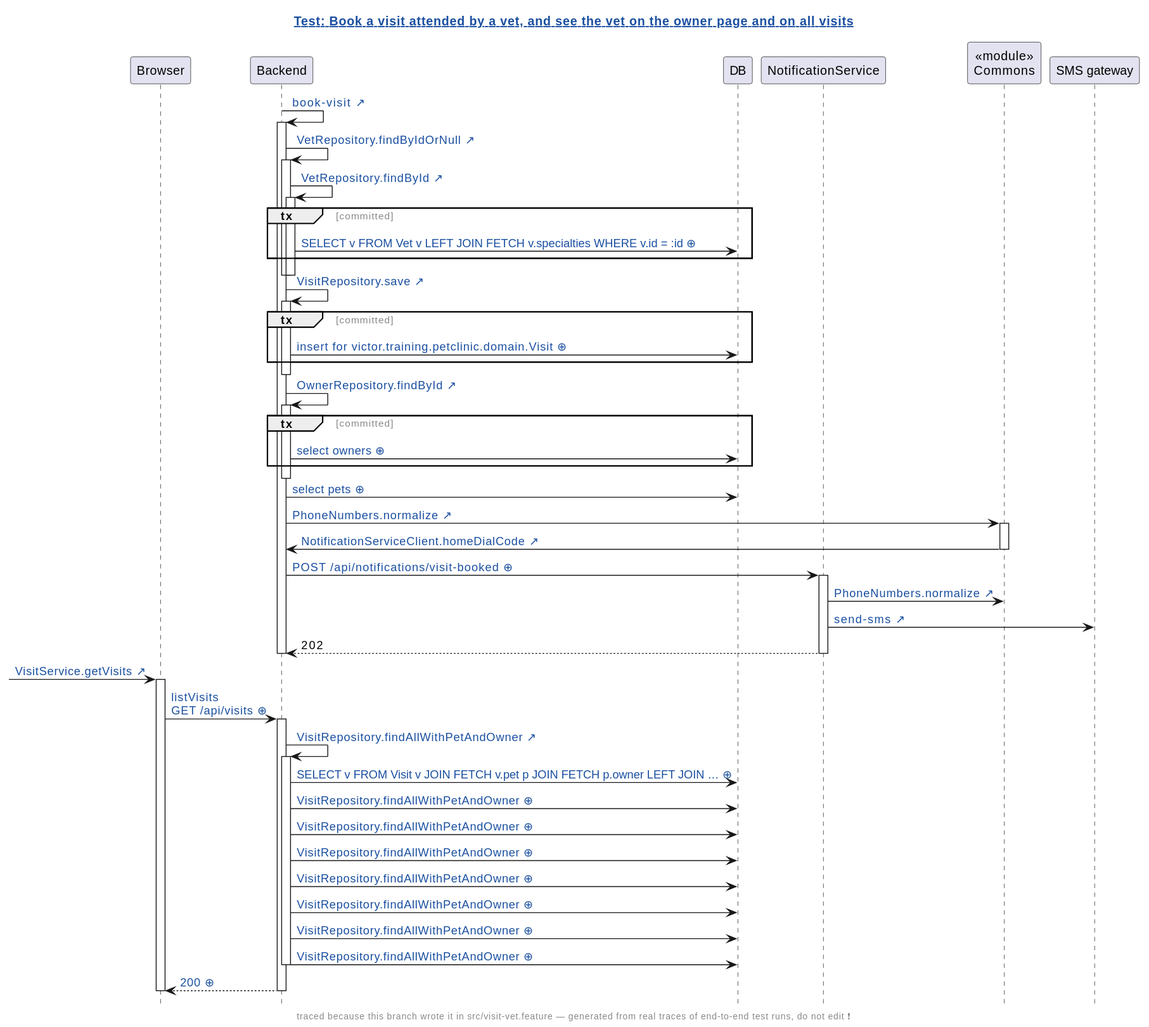
victorrentea/human-review keeps this PlantUML diagram as demo/demo/assets/diagrams/petclinic-test_generated_visit-vet.feature.book-a-visit-attended-by-a-vet-and-see-the-vet-on-the-owner-page-and-on-all-visits.genseq.new.svg. Above is the earlier version.
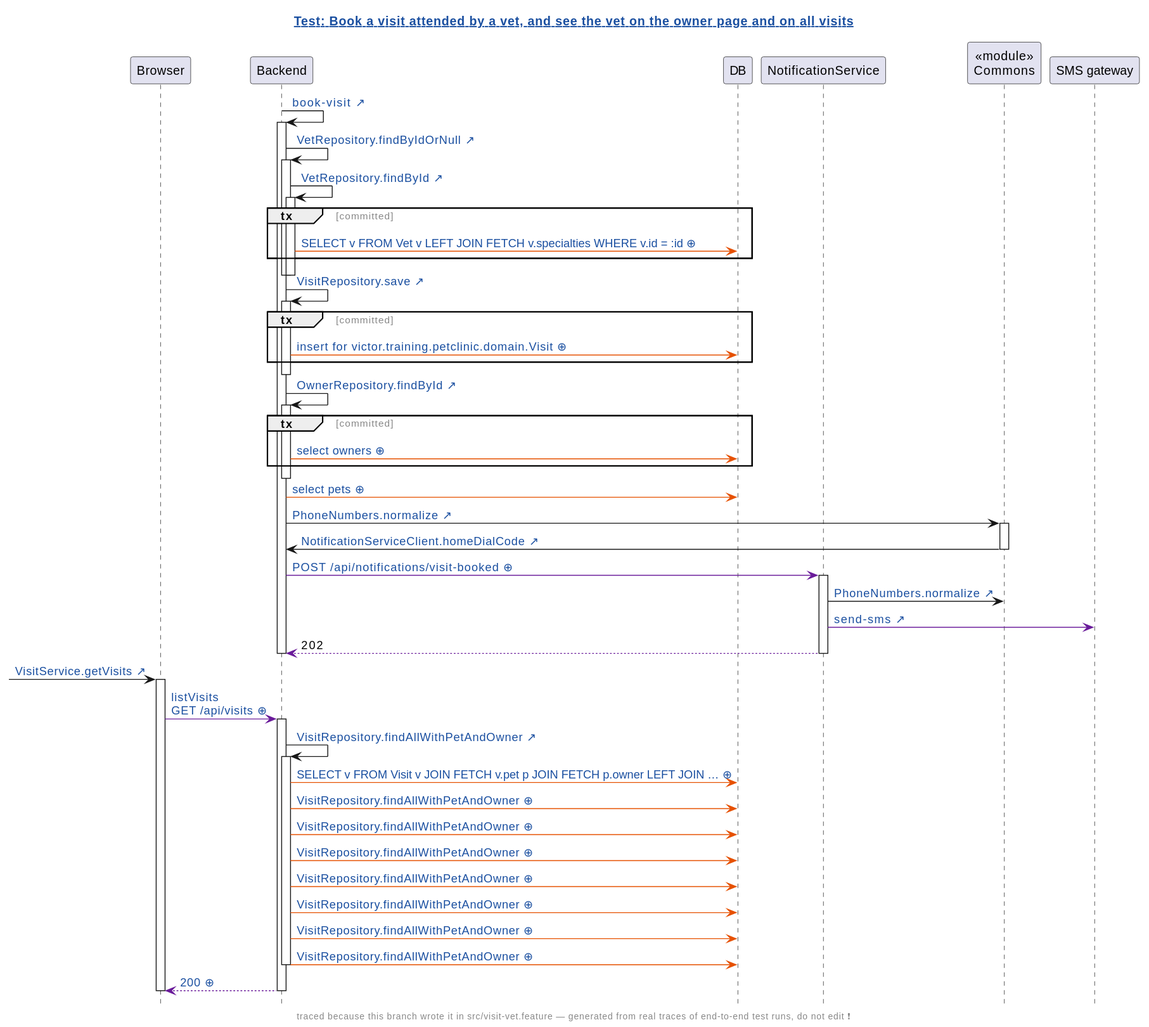
After the commit.

Diff of the diagram source:
```diff
@@ -19,50 +19,50 @@
 Backend -> Backend: [[src://petclinic-backend/src/main/java/victor/training/petclinic/repository/VetRepository.java:16{Click to open VetRepository.findById} VetRepository.findById ↗]]
 activate Backend
 group tx [committed]
-Backend -> DB: [[genseq://0zykq1t{Click for the statement behind this call} SELECT v FROM Vet v LEFT JOIN FETCH v.specialties WHERE v.id = :id ⊕]]
+Backend -[#E65100]> DB: [[genseq://0zykq1t{Click for the statement behind this call} SELECT v FROM Vet v LEFT JOIN FETCH v.specialties WHERE v.id = :id ⊕]]
 end
 deactivate Backend
 deactivate Backend
 Backend -> Backend: [[src://petclinic-backend/src/main/java/victor/training/petclinic/repository/VisitRepository.java:14{Click to open VisitRepository.save} VisitRepository.save ↗]]
 activate Backend
 group tx [committed]
-Backend -> DB: [[genseq://1f03izd{Click for the statement behind this call} insert for victor.training.petclinic.domain.Visit ⊕]]
+Backend -[#E65100]> DB: [[genseq://1f03izd{Click for the statement behind this call} insert for victor.training.petclinic.domain.Visit ⊕]]
 end
 deactivate Backend
 Backend -> Backend: [[src://petclinic-backend/src/main/java/victor/training/petclinic/repository/OwnerRepository.java:14{Click to open OwnerRepository.findById} OwnerRepository.findById ↗]]
 activate Backend
 group tx [committed]
-Backend -> DB: [[genseq://0x8aana{Click for the statement behind this call} select owners ⊕]]
+Backend -[#E65100]> DB: [[genseq://0x8aana{Click for the statement behind this call} select owners ⊕]]
 end
 deactivate Backend
-Backend -> DB: [[genseq://18567ho{Click for the statement behind this call} select pets ⊕]]
+Backend -[#E65100]> DB: [[genseq://18567ho{Click for the statement behind this call} select pets ⊕]]
 Backend -> Commons: [[src://petclinic-commons/src/main/java/victor/training/commons/PhoneNumbers.java:14{Click to open PhoneNumbers.normalize} PhoneNumbers.normalize ↗]]
 activate Commons
 Commons -> Backend: [[src://petclinic-backend/src/main/java/victor/training/petclinic/notification/NotificationServiceClient.java:45{Click to open NotificationServiceClient.homeDialCode} NotificationServiceClient.homeDialCode ↗]]
 deactivate Commons
-Backend -> NotificationService: [[genseq://00gfug0{Click for the request as it was sent} POST /api/notifications/visit-booked ⊕]]
+Backend -[#6A1B9A]> NotificationService: [[genseq://00gfug0{Click for the request as it was sent} POST /api/notifications/visit-booked ⊕]]
 activate NotificationService
 NotificationService -> Commons: [[src://petclinic-commons/src/main/java/victor/training/commons/PhoneNumbers.java:8{Click to open PhoneNumbers.normalize} PhoneNumbers.normalize ↗]]
-NotificationService -> "SMS gateway": [[src://notification-service/src/main/java/victor/training/notification/SmsGateway.java:23{Click to open SmsGateway.send} send-sms ↗]]
-NotificationService --> Backend: 202
+NotificationService -[#6A1B9A]> "SMS gateway": [[src://notification-service/src/main/java/victor/training/notification/SmsGateway.java:23{Click to open SmsGateway.send} send-sms ↗]]
+NotificationService -[#6A1B9A]-> Backend: 202
 deactivate NotificationService
 deactivate Backend
 [-> Browser: [[src://petclinic-frontend/src/app/visits/visits-page/visits-page.component.ts:21{Click to open the line that sent this request: visits-page.component.ts:21} VisitService.getVisits ↗]]
 activate Browser
-Browser -> Backend: [[genseq://1myr631{Click for the request as it was sent} listVisits\nGET /api/visits ⊕]]
+Browser -[#6A1B9A]> Backend: [[genseq://1myr631{Click for the request as it was sent} listVisits\nGET /api/visits ⊕]]
 activate Backend
 Backend -> Backend: [[src://petclinic-backend/src/main/java/victor/training/petclinic/repository/VisitRepository.java:19{Click to open VisitRepository.findAllWithPetAndOwner} VisitRepository.findAllWithPetAndOwner ↗]]
 activate Backend
-Backend -> DB: [[genseq://1706k1o{Click for the statement behind this call} SELECT v FROM Visit v JOIN FETCH v.pet p JOIN FETCH p.owner LEFT JOIN … ⊕]]
-Backend -> DB: [[genseq://0cvbten{Click for the statement behind this call} VisitRepository.findAllWithPetAndOwner ⊕]]
-Backend -> DB: [[genseq://0xm9qzg{Click for the statement behind this call} VisitRepository.findAllWithPetAndOwner ⊕]]
-Backend -> DB: [[genseq://070fg5f{Click for the statement behind this call} VisitRepository.findAllWithPetAndOwner ⊕]]
-Backend -> DB: [[genseq://1heb9yw{Click for the statement behind this call} VisitRepository.findAllWithPetAndOwner ⊕]]
-Backend -> DB: [[genseq://0g8ptx2{Click for the statement behind this call} VisitRepository.findAllWithPetAndOwner ⊕]]
-Backend -> DB: [[genseq://0i1m34t{Click for the statement behind this call} VisitRepository.findAllWithPetAndOwner ⊕]]
-Backend -> DB: [[genseq://094wceq{Click for the statement behind this call} VisitRepository.findAllWithPetAndOwner ⊕]]
+Backend -[#E65100]> DB: [[genseq://1706k1o{Click for the statement behind this call} SELECT v FROM Visit v JOIN FETCH v.pet p JOIN FETCH p.owner LEFT JOIN … ⊕]]
+Backend -[#E65100]> DB: [[genseq://0cvbten{Click for the statement behind this call} VisitRepository.findAllWithPetAndOwner ⊕]]
+Backend -[#E65100]> DB: [[genseq://0xm9qzg{Click for the statement behind this call} VisitRepository.findAllWithPetAndOwner ⊕]]
+Backend -[#E65100]> DB: [[genseq://070fg5f{Click for the statement behind this call} VisitRepository.findAllWithPetAndOwner ⊕]]
+Backend -[#E65100]> DB: [[genseq://1heb9yw{Click for the statement behind this call} VisitRepository.findAllWithPetAndOwner ⊕]]
+Backend -[#E65100]> DB: [[genseq://0g8ptx2{Click for the statement behind this call} VisitRepository.findAllWithPetAndOwner ⊕]]
+Backend -[#E65100]> DB: [[genseq://0i1m34t{Click for the statement behind this call} VisitRepository.findAllWithPetAndOwner ⊕]]
+Backend -[#E65100]> DB: [[genseq://094wceq{Click for the statement behind this call} VisitRepository.findAllWithPetAndOwner ⊕]]
 deactivate Backend
-Backend --> Browser: [[genseq://0p8wewa{Click for this call’s JSON body} 200 ⊕]]
+Backend -[#6A1B9A]-> Browser: [[genseq://0p8wewa{Click for this call’s JSON body} 200 ⊕]]
 deactivate Backend
 deactivate Browser
 @enduml
```
